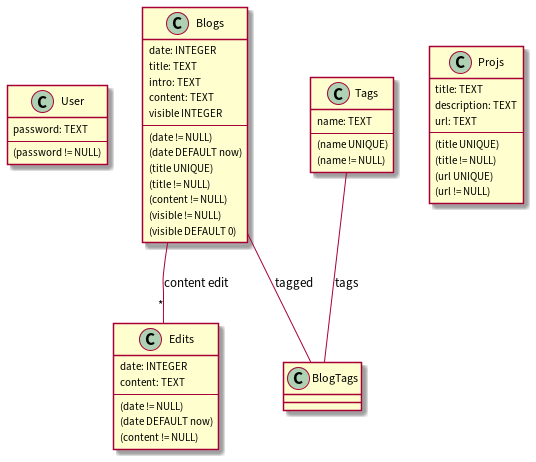
Above: database/db.png in JoaoCostaIFG/website (PlantUML), before the change. Source of this version:
```plantuml
@startuml

class User {
  password: TEXT
  --
  (password != NULL)
}

class Blogs {
  date: INTEGER
  title: TEXT
  intro: TEXT
  content: TEXT
  visible INTEGER
  --
  (date != NULL)
  (date DEFAULT now)
  (title UNIQUE)
  (title != NULL)
  (content != NULL)
  (visible != NULL)
  (visible DEFAULT 0)
}

class Edits {
  date: INTEGER
  content: TEXT
  --
  (date != NULL)
  (date DEFAULT now)
  (content != NULL)
}

Blogs -- "*" Edits : "content edit"

class Tags {
  name: TEXT
  --
  (name UNIQUE)
  (name != NULL)
}

class BlogTags {
}

Blogs -- BlogTags : "tagged"
Tags -- BlogTags : "tags"

class Projs {
  title: TEXT
  description: TEXT
  url: TEXT
  --
  (title UNIQUE)
  (title != NULL)
  (url UNIQUE)
  (url != NULL)
}

@enduml
```
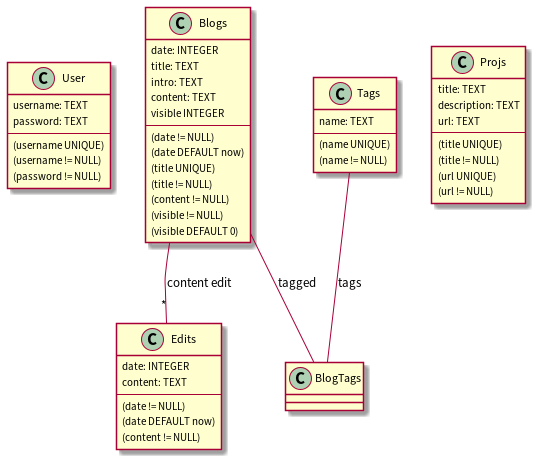
The same file after the commit.

Change to the diagram source:
```diff
@@ -1,8 +1,11 @@
 @startuml
 
 class User {
+  username: TEXT
   password: TEXT
   --
+  (username UNIQUE)
+  (username != NULL)
   (password != NULL)
 }
 
```
